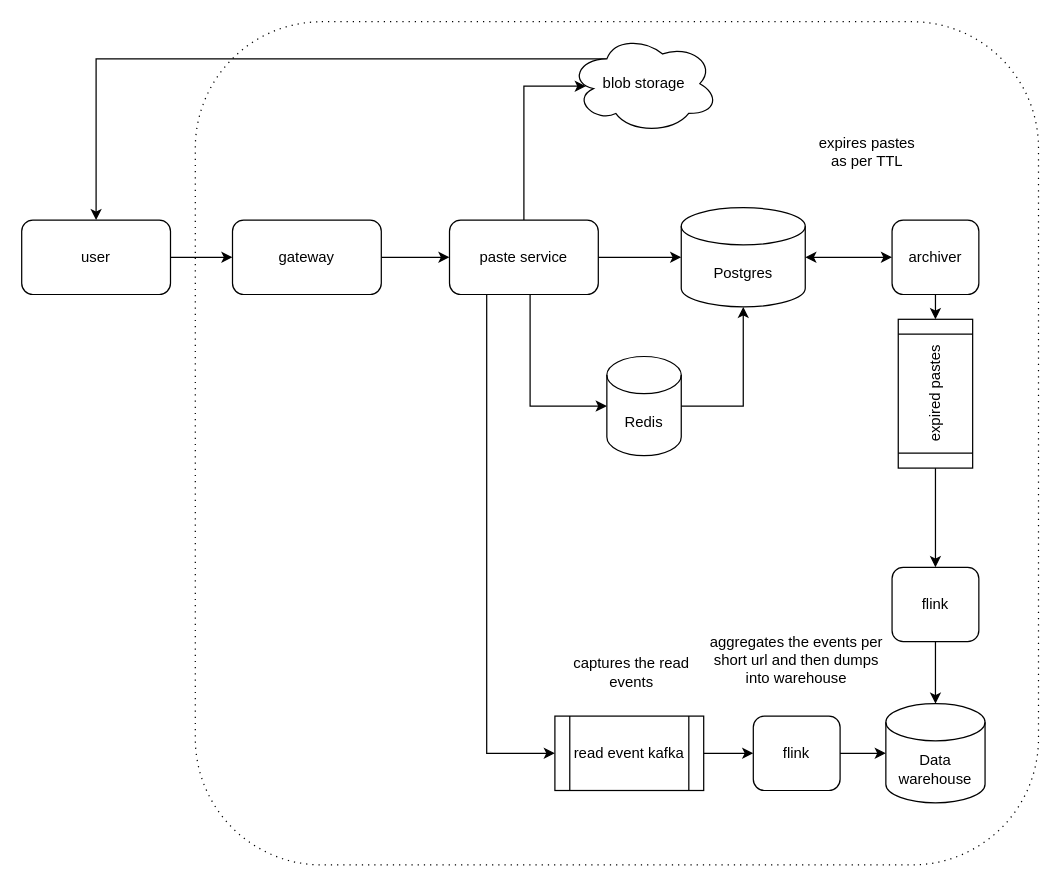
Earlier version of the draw.io diagram pastebin/assets/pastebin.drawio (Circles24/high-level-designs). Source tidied: cells renumbered, new cells numbered last; positions are measured from the earlier drawing's top-left corner, leaving out a move shared by most shapes. Both pictures are drawn from the tidied source at 124%, with x=0, y=0 at pixel (21, 21).
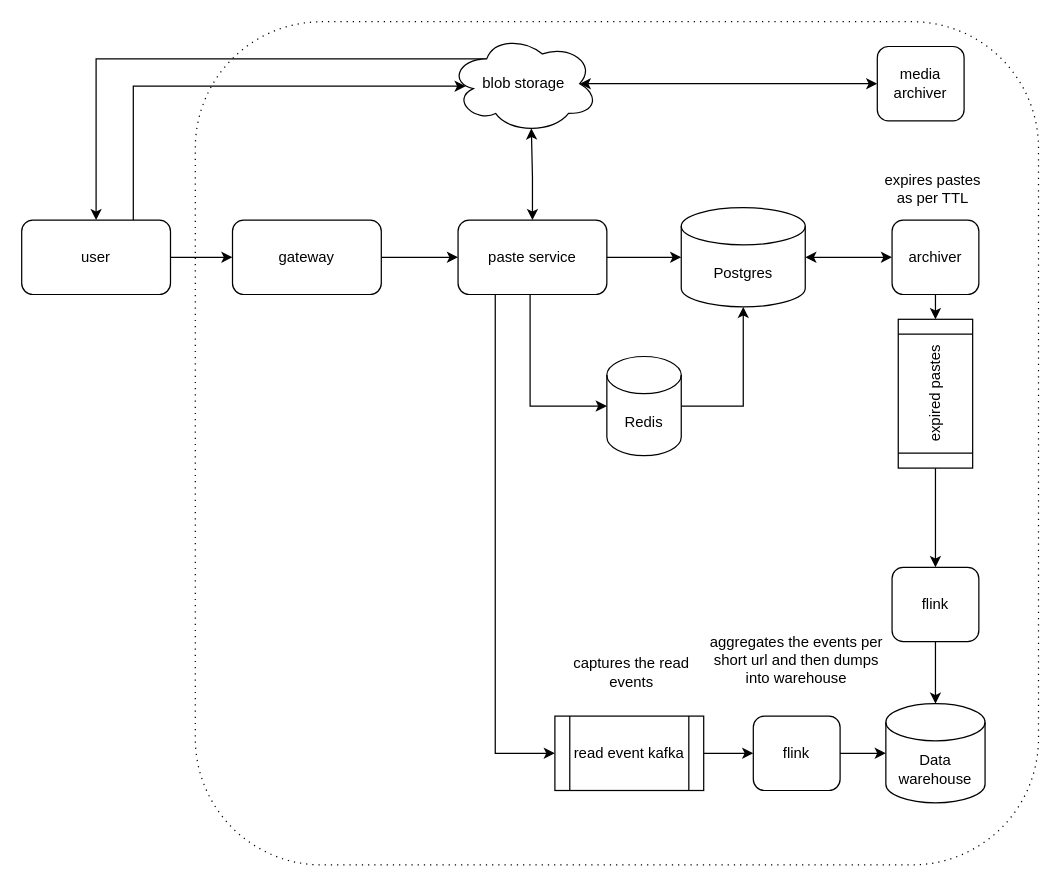
The same diagram, later.

Commit message (it also covers changes not shown here):
fix: pastebin object store flow

The change refers to these unchanged cells:
```xml
<mxCell id="4" value="user" style="rounded=1;whiteSpace=wrap;html=1;" parent="1" vertex="1">
  <mxGeometry y="160" width="120" height="60" as="geometry" />
</mxCell>
```

Diff of the diagram source:
```diff
@@
-    <mxCell id="7" style="edgeStyle=orthogonalEdgeStyle;rounded=0;jettySize=auto;html=1;entryX=0.109;entryY=0.525;entryDx=0;entryDy=0;entryPerimeter=0;" parent="1" edge="1" source="8" target="31">
+    <mxCell id="7" style="edgeStyle=orthogonalEdgeStyle;rounded=0;jettySize=auto;html=1;entryX=0.109;entryY=0.525;entryDx=0;entryDy=0;entryPerimeter=0;exitX=0.75;exitY=0;exitDx=0;exitDy=0;" parent="1" edge="1" source="4" target="31">
       <mxGeometry relative="1" as="geometry">
         <Array as="points">
-          <mxPoint x="405" y="52" />
+          <mxPoint x="90" y="52" />
         </Array>
       </mxGeometry>
     </mxCell>
     <mxCell id="8" value="paste service" style="rounded=1;whiteSpace=wrap;html=1;" parent="1" vertex="1">
-      <mxGeometry x="345" y="160" width="120" height="60" as="geometry" />
+      <mxGeometry x="351.9" y="160" width="120" height="60" as="geometry" />
     </mxCell>
@@
     <mxCell id="21" value="expires pastes as per TTL" style="text;html=1;align=center;verticalAlign=middle;whiteSpace=wrap;rounded=0;" parent="1" vertex="1">
-      <mxGeometry x="636.9" y="90" width="90" height="30" as="geometry" />
+      <mxGeometry x="690" y="120" width="90" height="30" as="geometry" />
     </mxCell>
@@
+    <mxCell id="32" style="edgeStyle=orthogonalEdgeStyle;rounded=0;jettySize=auto;html=1;exitX=0.875;exitY=0.5;exitDx=0;exitDy=0;exitPerimeter=0;entryX=0;entryY=0.5;entryDx=0;entryDy=0;startArrow=classic;startFill=1;" parent="1" edge="1" source="31" target="34">
+      <mxGeometry relative="1" as="geometry" />
+    </mxCell>
     <mxCell id="31" value="blob storage" style="ellipse;shape=cloud;whiteSpace=wrap;html=1;" parent="1" vertex="1">
-      <mxGeometry x="441.9" y="10" width="120" height="80" as="geometry" />
+      <mxGeometry x="345" y="10" width="120" height="80" as="geometry" />
     </mxCell>
+    <mxCell id="33" style="edgeStyle=orthogonalEdgeStyle;rounded=0;jettySize=auto;html=1;entryX=0.55;entryY=0.95;entryDx=0;entryDy=0;entryPerimeter=0;startArrow=classic;startFill=1;" parent="1" edge="1" source="8" target="31">
+      <mxGeometry relative="1" as="geometry" />
+    </mxCell>
+    <mxCell id="34" value="media archiver" style="rounded=1;whiteSpace=wrap;html=1;" parent="1" vertex="1">
+      <mxGeometry x="690" y="20" width="70" height="60" as="geometry" />
+    </mxCell>
```
